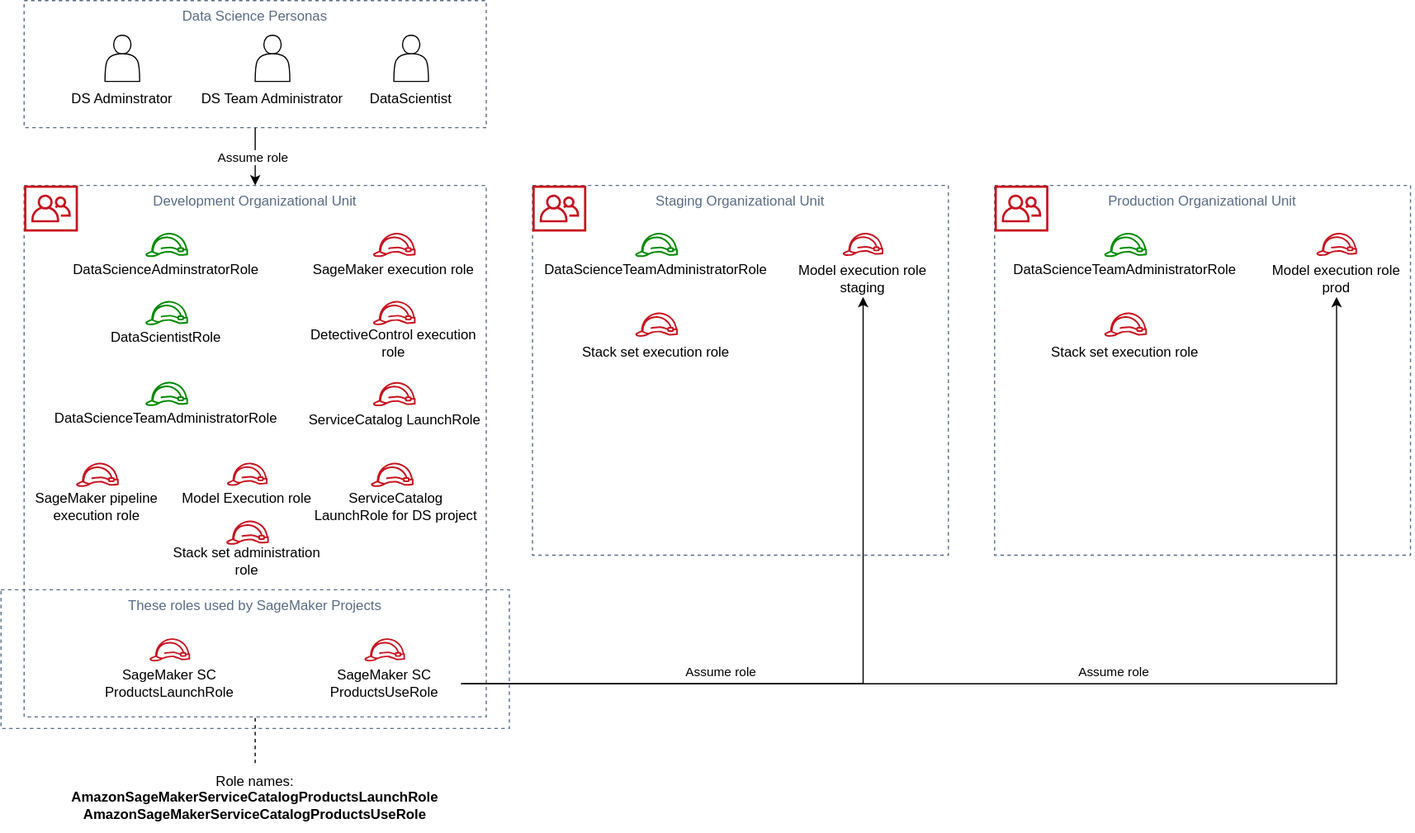
Above: design/ml-ops-iam.drawio.svg in aws-samples/amazon-sagemaker-secure-mlops (draw.io), before the change. Source tidied: cells renumbered, new cells last; positions are measured from the earlier drawing's top-left corner, leaving out a move shared by most shapes.
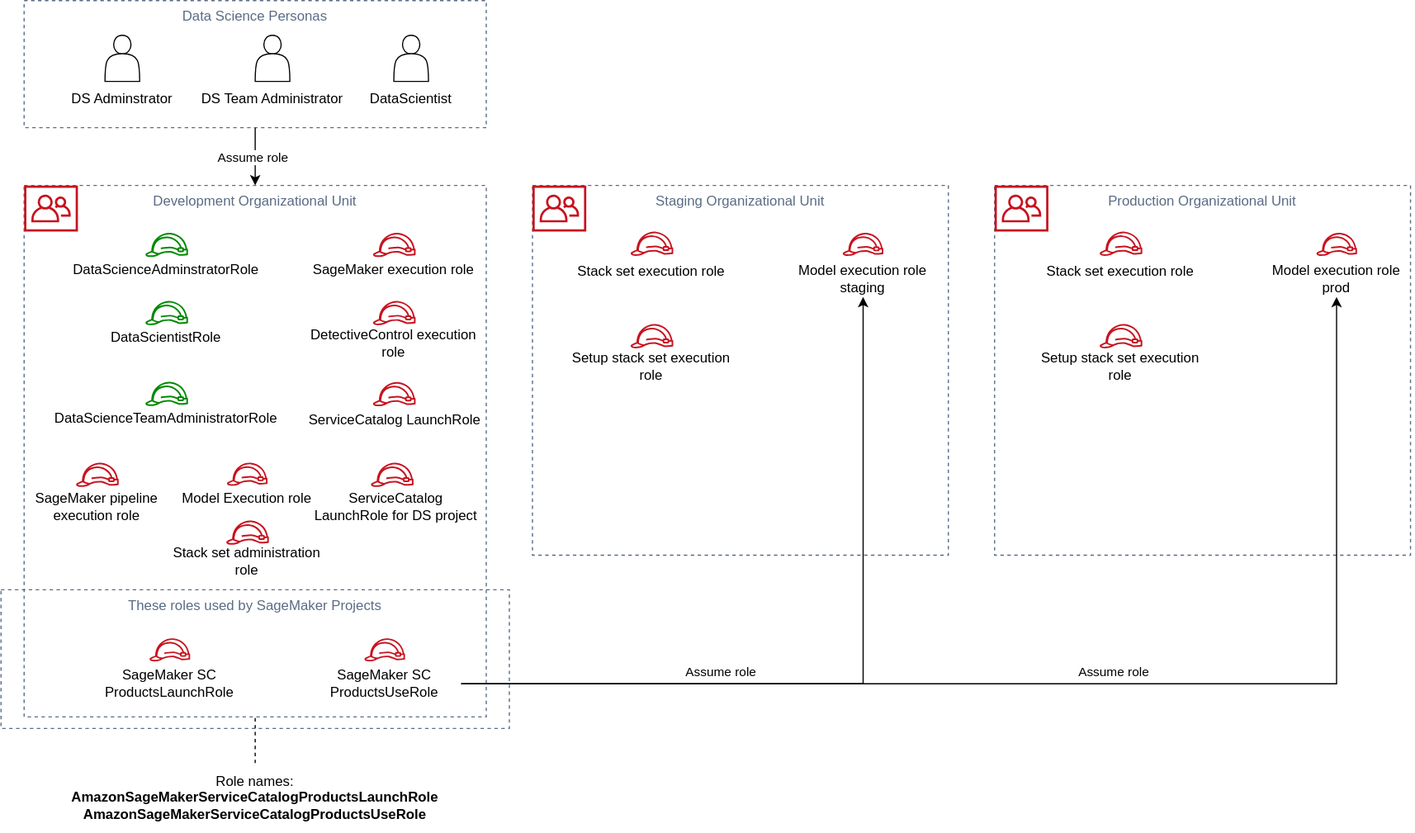
Above is the later version.

Change to the diagram source:
```diff
@@ -74,24 +74,6 @@
     <mxCell id="25" value="DataScientist" style="text;html=1;strokeColor=none;fillColor=none;align=center;verticalAlign=middle;whiteSpace=wrap;rounded=0;" parent="23" vertex="1">
       <mxGeometry x="-15" y="40" width="140" height="30.5" as="geometry" />
     </mxCell>
-    <mxCell id="26" style="group;align=center;" parent="1" vertex="1">
-      <mxGeometry x="504" y="201" width="150" height="57.2" as="geometry" />
-    </mxCell>
-    <mxCell id="27" value="DataScienceTeamAdministratorRole" style="text;html=1;strokeColor=none;fillColor=none;align=center;verticalAlign=middle;whiteSpace=wrap;rounded=0;" parent="26" vertex="1">
-      <mxGeometry x="-11.6" y="16" width="150" height="31.2" as="geometry" />
-    </mxCell>
-    <mxCell id="28" style="fontColor=#ffffff;fillColor=#008a00;strokeColor=#005700;dashed=0;verticalLabelPosition=bottom;verticalAlign=top;align=center;html=1;fontSize=12;fontStyle=0;shape=mxgraph.aws4.role;" parent="26" vertex="1">
-      <mxGeometry x="44.8" width="37.2" height="21" as="geometry" />
-    </mxCell>
-    <mxCell id="29" style="group;align=center;" parent="1" vertex="1">
-      <mxGeometry x="910" y="201" width="150" height="57.2" as="geometry" />
-    </mxCell>
-    <mxCell id="30" value="DataScienceTeamAdministratorRole" style="text;html=1;strokeColor=none;fillColor=none;align=center;verticalAlign=middle;whiteSpace=wrap;rounded=0;" parent="29" vertex="1">
-      <mxGeometry x="-11.6" y="16" width="150" height="31.2" as="geometry" />
-    </mxCell>
-    <mxCell id="31" style="fontColor=#ffffff;fillColor=#008a00;strokeColor=#005700;dashed=0;verticalLabelPosition=bottom;verticalAlign=top;align=center;html=1;fontSize=12;fontStyle=0;shape=mxgraph.aws4.role;" parent="29" vertex="1">
-      <mxGeometry x="44.8" width="37.2" height="21" as="geometry" />
-    </mxCell>
     <mxCell id="32" style="group;" parent="1" vertex="1">
       <mxGeometry x="680" y="201" width="132.3" height="50.5" as="geometry" />
     </mxCell>
@@ -221,7 +203,7 @@
       <mxGeometry x="44.8" width="37.2" height="21" as="geometry" />
     </mxCell>
     <mxCell id="72" style="group;align=center;" parent="1" vertex="1">
-      <mxGeometry x="504" y="270" width="150" height="57.2" as="geometry" />
+      <mxGeometry x="500" y="200" width="150" height="57.2" as="geometry" />
     </mxCell>
     <mxCell id="73" value="Stack set execution role" style="text;html=1;strokeColor=none;fillColor=none;align=center;verticalAlign=middle;whiteSpace=wrap;rounded=0;" parent="72" vertex="1">
       <mxGeometry x="-11.6" y="19" width="150" height="31.2" as="geometry" />
@@ -230,7 +212,7 @@
       <mxGeometry x="44.8" width="37.2" height="21" as="geometry" />
     </mxCell>
     <mxCell id="75" style="group;align=center;" parent="1" vertex="1">
-      <mxGeometry x="910" y="270" width="150" height="57.2" as="geometry" />
+      <mxGeometry x="906" y="200" width="150" height="57.2" as="geometry" />
     </mxCell>
     <mxCell id="76" value="Stack set execution role" style="text;html=1;strokeColor=none;fillColor=none;align=center;verticalAlign=middle;whiteSpace=wrap;rounded=0;" parent="75" vertex="1">
       <mxGeometry x="-11.6" y="19" width="150" height="31.2" as="geometry" />
@@ -247,5 +229,23 @@
     <mxCell id="80" style="fontColor=#232F3E;gradientColor=none;fillColor=#C7131F;strokeColor=none;dashed=0;verticalLabelPosition=bottom;verticalAlign=top;align=center;html=1;fontSize=12;fontStyle=0;shape=mxgraph.aws4.organizations_organizational_unit;" parent="1" vertex="1">
       <mxGeometry x="20" y="160" width="46.6" height="40" as="geometry" />
     </mxCell>
+    <mxCell id="81" style="group;align=center;" parent="1" vertex="1">
+      <mxGeometry x="500" y="280" width="150" height="57.2" as="geometry" />
+    </mxCell>
+    <mxCell id="82" value="Setup stack set execution role" style="text;html=1;strokeColor=none;fillColor=none;align=center;verticalAlign=middle;whiteSpace=wrap;rounded=0;" parent="81" vertex="1">
+      <mxGeometry x="-11.6" y="21" width="150" height="31.2" as="geometry" />
+    </mxCell>
+    <mxCell id="83" style="fontColor=#232F3E;gradientColor=none;fillColor=#C7131F;strokeColor=none;dashed=0;verticalLabelPosition=bottom;verticalAlign=top;align=center;html=1;fontSize=12;fontStyle=0;shape=mxgraph.aws4.role;" parent="81" vertex="1">
+      <mxGeometry x="44.8" width="37.2" height="21" as="geometry" />
+    </mxCell>
+    <mxCell id="84" style="group;align=center;" parent="1" vertex="1">
+      <mxGeometry x="906" y="280" width="150" height="57.2" as="geometry" />
+    </mxCell>
+    <mxCell id="85" value="Setup stack set execution role" style="text;html=1;strokeColor=none;fillColor=none;align=center;verticalAlign=middle;whiteSpace=wrap;rounded=0;" parent="84" vertex="1">
+      <mxGeometry x="-11.6" y="21" width="150" height="31.2" as="geometry" />
+    </mxCell>
+    <mxCell id="86" style="fontColor=#232F3E;gradientColor=none;fillColor=#C7131F;strokeColor=none;dashed=0;verticalLabelPosition=bottom;verticalAlign=top;align=center;html=1;fontSize=12;fontStyle=0;shape=mxgraph.aws4.role;" parent="84" vertex="1">
+      <mxGeometry x="44.8" width="37.2" height="21" as="geometry" />
+    </mxCell>
   </root>
 </mxGraphModel>
```
